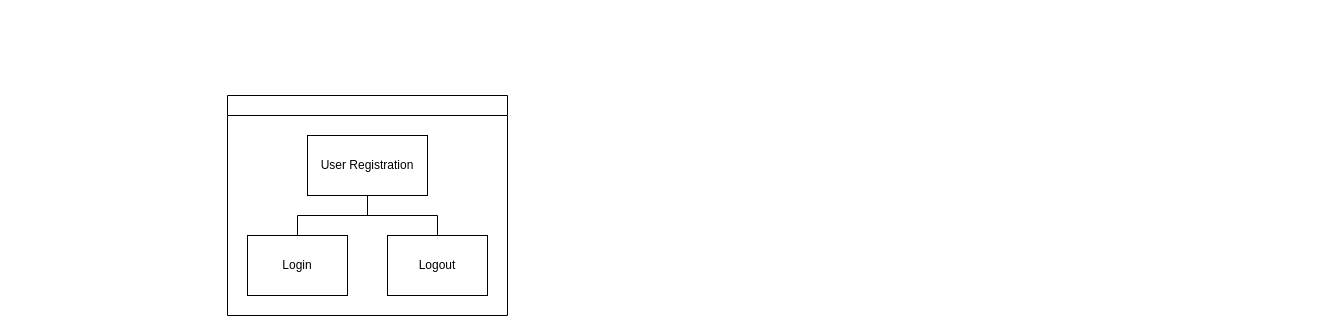
This is Untitled Diagram.drawio from nikhildarji123/final-year-project-, a draw.io file, before an edit. Source tidied: cells renumbered, new cells numbered last; positions are measured from the earlier drawing's top-left corner, leaving out a move shared by most shapes. Both pictures are drawn from the tidied source at 100%, with x=0, y=0 at pixel (227, 95).
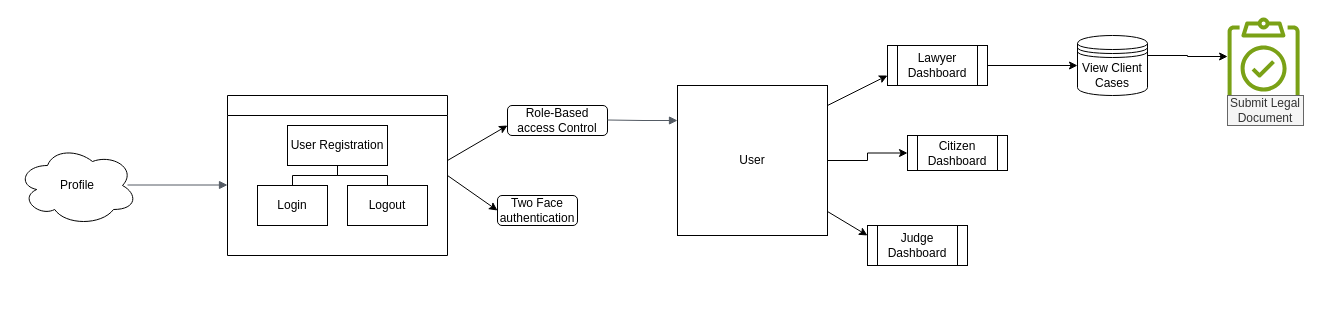
After the change.

What changed in the source:
```diff
@@
     <mxCell id="2" style="swimlane;startSize=20;horizontal=1;containerType=tree;newEdgeStyle={&quot;edgeStyle&quot;:&quot;elbowEdgeStyle&quot;,&quot;startArrow&quot;:&quot;none&quot;,&quot;endArrow&quot;:&quot;none&quot;};" parent="1" vertex="1">
-      <mxGeometry width="280" height="220" as="geometry" />
+      <mxGeometry width="220" height="160" as="geometry" />
     </mxCell>
@@
     <mxCell id="5" value="User Registration" style="whiteSpace=wrap;html=1;align=center;newEdgeStyle={&quot;edgeStyle&quot;:&quot;elbowEdgeStyle&quot;,&quot;startArrow&quot;:&quot;none&quot;,&quot;endArrow&quot;:&quot;none&quot;};" parent="2" vertex="1">
-      <mxGeometry x="80" y="40" width="120" height="60" as="geometry" />
+      <mxGeometry x="60" y="30" width="100" height="40" as="geometry" />
     </mxCell>
     <mxCell id="6" value="Login" style="whiteSpace=wrap;html=1;align=center;verticalAlign=middle;newEdgeStyle={&quot;edgeStyle&quot;:&quot;elbowEdgeStyle&quot;,&quot;startArrow&quot;:&quot;none&quot;,&quot;endArrow&quot;:&quot;none&quot;};" parent="2" vertex="1">
-      <mxGeometry x="20" y="140" width="100" height="60" as="geometry" />
+      <mxGeometry x="30" y="90" width="70" height="40" as="geometry" />
     </mxCell>
     <mxCell id="7" value="Logout" style="whiteSpace=wrap;html=1;align=center;verticalAlign=middle;newEdgeStyle={&quot;edgeStyle&quot;:&quot;elbowEdgeStyle&quot;,&quot;startArrow&quot;:&quot;none&quot;,&quot;endArrow&quot;:&quot;none&quot;};" parent="2" vertex="1">
-      <mxGeometry x="160" y="140" width="100" height="60" as="geometry" />
+      <mxGeometry x="120" y="90" width="80" height="40" as="geometry" />
     </mxCell>
+    <mxCell id="8" style="edgeStyle=orthogonalEdgeStyle;html=1;endArrow=block;elbow=vertical;startArrow=none;endFill=1;strokeColor=#545B64;rounded=0;" parent="1" edge="1">
+      <mxGeometry relative="1" as="geometry">
+        <mxPoint x="-100" y="89.5" as="sourcePoint" />
+        <mxPoint y="89.5" as="targetPoint" />
+      </mxGeometry>
+    </mxCell>
+    <mxCell id="9" value="Profile" style="ellipse;shape=cloud;whiteSpace=wrap;html=1;" parent="1" vertex="1">
+      <mxGeometry x="-210" y="50" width="120" height="80" as="geometry" />
+    </mxCell>
+    <mxCell id="10" style="endArrow=classic;html=1;rounded=0;" parent="1" edge="1">
+      <mxGeometry relative="1" as="geometry">
+        <mxPoint x="220" y="80" as="sourcePoint" />
+        <mxPoint x="270" y="115" as="targetPoint" />
+      </mxGeometry>
+    </mxCell>
+    <mxCell id="11" style="endArrow=classic;html=1;rounded=0;" parent="1" edge="1">
+      <mxGeometry relative="1" as="geometry">
+        <mxPoint x="220" y="65" as="sourcePoint" />
+        <mxPoint x="280" y="30" as="targetPoint" />
+      </mxGeometry>
+    </mxCell>
+    <mxCell id="12" value="Role-Based access Control" style="rounded=1;whiteSpace=wrap;html=1;" parent="1" vertex="1">
+      <mxGeometry x="280" y="10" width="100" height="30" as="geometry" />
+    </mxCell>
+    <mxCell id="13" value="Two Face authentication" style="rounded=1;whiteSpace=wrap;html=1;" parent="1" vertex="1">
+      <mxGeometry x="270" y="100" width="80" height="30" as="geometry" />
+    </mxCell>
+    <mxCell id="14" style="edgeStyle=orthogonalEdgeStyle;html=1;endArrow=block;elbow=vertical;startArrow=none;endFill=1;strokeColor=#545B64;rounded=0;" parent="1" edge="1">
+      <mxGeometry relative="1" as="geometry">
+        <mxPoint x="380" y="24.5" as="sourcePoint" />
+        <mxPoint x="450" y="25" as="targetPoint" />
+      </mxGeometry>
+    </mxCell>
+    <mxCell id="15" style="endArrow=classic;html=1;rounded=0;" parent="1" edge="1">
+      <mxGeometry relative="1" as="geometry">
+        <mxPoint x="600" y="10" as="sourcePoint" />
+        <mxPoint x="660" y="-20" as="targetPoint" />
+      </mxGeometry>
+    </mxCell>
+    <mxCell id="16" style="endArrow=classic;html=1;rounded=0;" parent="1" edge="1">
+      <mxGeometry relative="1" as="geometry">
+        <mxPoint x="590" y="110" as="sourcePoint" />
+        <mxPoint x="640" y="140" as="targetPoint" />
+      </mxGeometry>
+    </mxCell>
+    <mxCell id="17" value="Judge Dashboard" style="shape=process;whiteSpace=wrap;html=1;backgroundOutline=1;" parent="1" vertex="1">
+      <mxGeometry x="640" y="130" width="100" height="40" as="geometry" />
+    </mxCell>
+    <mxCell id="18" style="edgeStyle=orthogonalEdgeStyle;rounded=0;jettySize=auto;html=1;" parent="1" edge="1" source="19" target="22">
+      <mxGeometry relative="1" as="geometry" />
+    </mxCell>
+    <mxCell id="19" value="Lawyer Dashboard" style="shape=process;whiteSpace=wrap;html=1;backgroundOutline=1;" parent="1" vertex="1">
+      <mxGeometry x="660" y="-50" width="100" height="40" as="geometry" />
+    </mxCell>
+    <mxCell id="20" value="Citizen Dashboard" style="shape=process;whiteSpace=wrap;html=1;backgroundOutline=1;" parent="1" vertex="1">
+      <mxGeometry x="680" y="40" width="100" height="35" as="geometry" />
+    </mxCell>
+    <mxCell id="21" style="edgeStyle=orthogonalEdgeStyle;rounded=0;jettySize=auto;html=1;" parent="1" edge="1" source="22" target="26">
+      <mxGeometry relative="1" as="geometry">
+        <Array as="points">
+          <mxPoint x="960" y="-40" />
+          <mxPoint x="960" y="-39" />
+        </Array>
+      </mxGeometry>
+    </mxCell>
+    <mxCell id="22" value="View Client Cases" style="shape=datastore;whiteSpace=wrap;html=1;" parent="1" vertex="1">
+      <mxGeometry x="850" y="-60" width="70" height="60" as="geometry" />
+    </mxCell>
+    <mxCell id="23" style="edgeStyle=orthogonalEdgeStyle;html=1;endArrow=block;elbow=vertical;startArrow=none;endFill=1;strokeColor=#545B64;rounded=0;" parent="1" edge="1" target="25">
+      <mxGeometry relative="1" as="geometry">
+        <mxPoint x="530" y="34.2" as="sourcePoint" />
+      </mxGeometry>
+    </mxCell>
+    <mxCell id="24" style="edgeStyle=orthogonalEdgeStyle;rounded=0;jettySize=auto;html=1;" parent="1" edge="1" source="25" target="20">
+      <mxGeometry relative="1" as="geometry" />
+    </mxCell>
+    <mxCell id="25" value="User" style="whiteSpace=wrap;html=1;" parent="1" vertex="1">
+      <mxGeometry x="450" y="-10" width="150" height="150" as="geometry" />
+    </mxCell>
+    <mxCell id="26" style="sketch=0;outlineConnect=0;fontColor=#232F3E;gradientColor=none;fillColor=#7AA116;strokeColor=none;dashed=0;verticalLabelPosition=bottom;verticalAlign=top;align=center;html=1;fontSize=12;fontStyle=0;shape=mxgraph.aws4.backup_compliance_reporting;" parent="1" vertex="1">
+      <mxGeometry x="1000" y="-78" width="72.2" height="88" as="geometry" />
+    </mxCell>
+    <mxCell id="27" value="Submit Legal Document" style="whiteSpace=wrap;html=1;fillColor=#f5f5f5;fontColor=#333333;strokeColor=#666666;" parent="1" vertex="1">
+      <mxGeometry x="1000" width="76" height="30" as="geometry" />
+    </mxCell>
```
